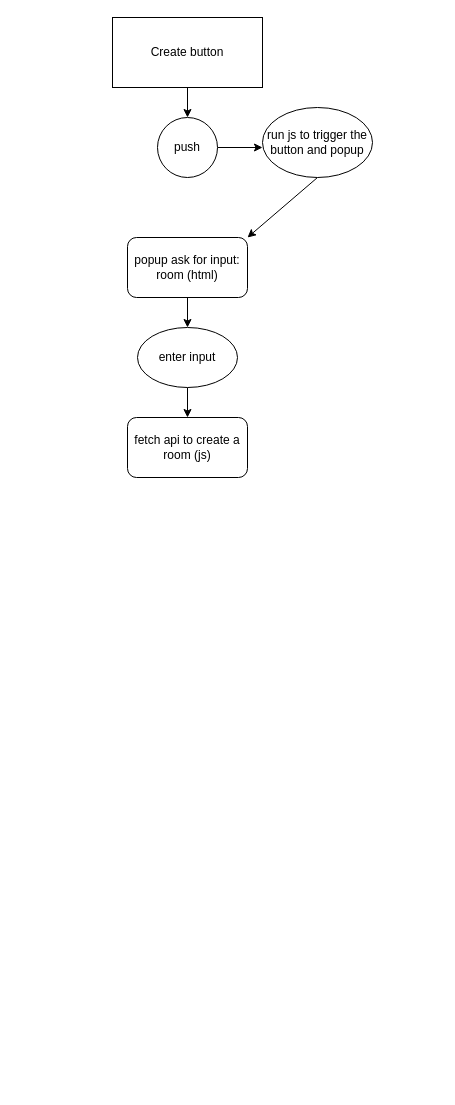
This is project/frontend/js/gameUI/flow.drawio from Tnantaki/transcendence, a draw.io file, before an edit. Source tidied: cells renumbered, new cells numbered last; positions are measured from the earlier drawing's top-left corner, leaving out a move shared by most shapes. Both pictures are drawn from the tidied source at 100%, with x=0, y=0 at pixel (112, 17).
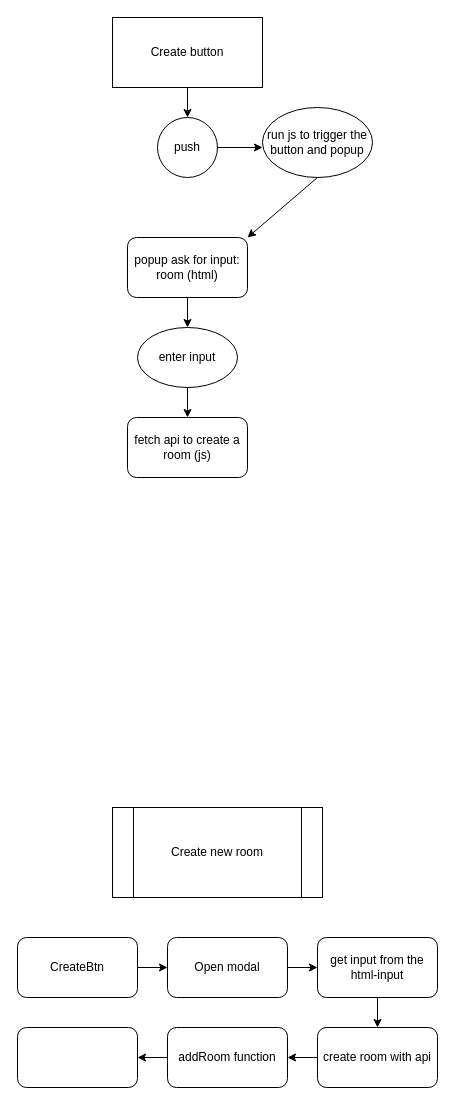
The same diagram, later.

Diff of the diagram source:
```diff
@@
+    <mxCell id="13" value="Create new room" style="shape=process;whiteSpace=wrap;html=1;backgroundOutline=1;" parent="1" vertex="1">
+      <mxGeometry y="790" width="210" height="90" as="geometry" />
+    </mxCell>
+    <mxCell id="14" style="edgeStyle=none;html=1;" parent="1" edge="1" source="15" target="17">
+      <mxGeometry relative="1" as="geometry" />
+    </mxCell>
+    <mxCell id="15" value="CreateBtn" style="rounded=1;whiteSpace=wrap;html=1;" parent="1" vertex="1">
+      <mxGeometry x="-95" y="920" width="120" height="60" as="geometry" />
+    </mxCell>
+    <mxCell id="16" style="edgeStyle=none;html=1;" parent="1" edge="1" source="17" target="19">
+      <mxGeometry relative="1" as="geometry" />
+    </mxCell>
+    <mxCell id="17" value="Open modal" style="rounded=1;whiteSpace=wrap;html=1;" parent="1" vertex="1">
+      <mxGeometry x="55" y="920" width="120" height="60" as="geometry" />
+    </mxCell>
+    <mxCell id="18" style="edgeStyle=none;html=1;" parent="1" edge="1" source="19" target="21">
+      <mxGeometry relative="1" as="geometry" />
+    </mxCell>
+    <mxCell id="19" value="get input from the html-input" style="rounded=1;whiteSpace=wrap;html=1;" parent="1" vertex="1">
+      <mxGeometry x="205" y="920" width="120" height="60" as="geometry" />
+    </mxCell>
+    <mxCell id="20" style="edgeStyle=none;html=1;" parent="1" edge="1" source="21" target="23">
+      <mxGeometry relative="1" as="geometry" />
+    </mxCell>
+    <mxCell id="21" value="create room with api" style="whiteSpace=wrap;html=1;rounded=1;" parent="1" vertex="1">
+      <mxGeometry x="205" y="1010" width="120" height="60" as="geometry" />
+    </mxCell>
+    <mxCell id="22" style="edgeStyle=none;html=1;" parent="1" edge="1" source="23" target="24">
+      <mxGeometry relative="1" as="geometry" />
+    </mxCell>
+    <mxCell id="23" value="addRoom function" style="whiteSpace=wrap;html=1;rounded=1;" parent="1" vertex="1">
+      <mxGeometry x="55" y="1010" width="120" height="60" as="geometry" />
+    </mxCell>
+    <mxCell id="24" style="whiteSpace=wrap;html=1;rounded=1;" parent="1" vertex="1">
+      <mxGeometry x="-95" y="1010" width="120" height="60" as="geometry" />
+    </mxCell>
```
